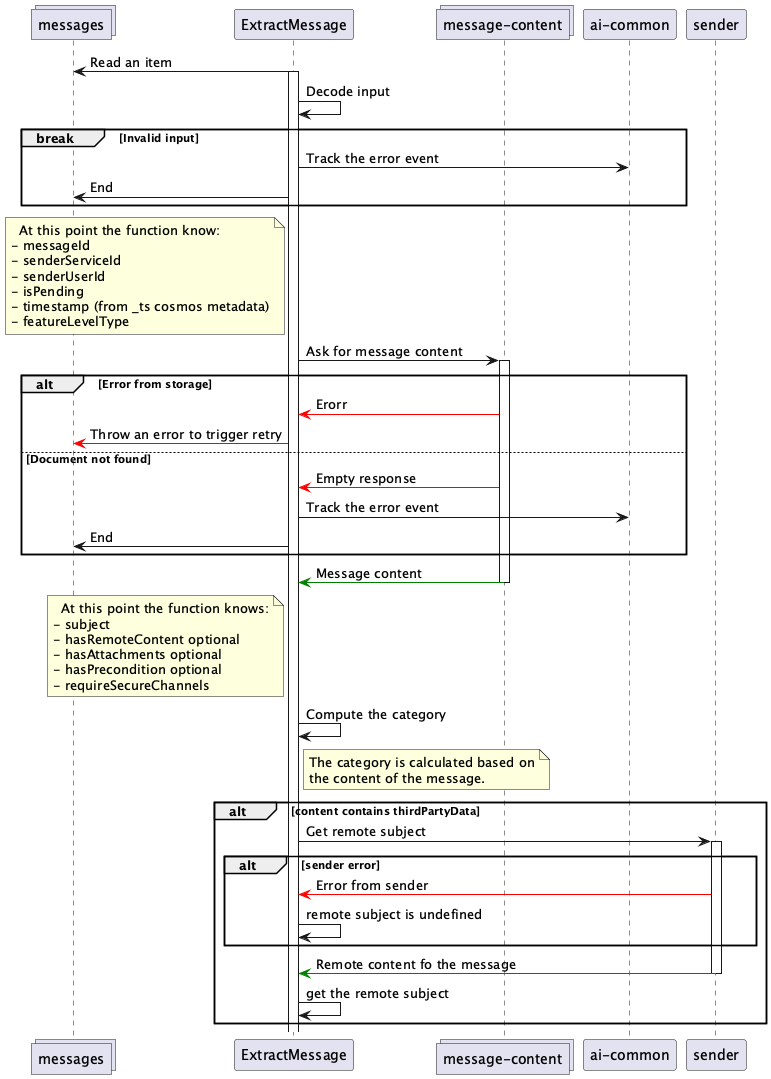
Before: docs/extract-message/extract-message.png, a diagram exported from PlantUML (pagopa/io-messages). Its diagram source:
```plantuml
@startuml

collections messages
participant ExtractMessage as em
collections "message-content" as mc
participant "ai-common" as ai
participant sender

em -> messages : Read an item
activate em

em -> em : Decode input

break Invalid input
  em -> ai : Track the error event
  em -> messages : End
end

note left of em
  At this point the function know:
- messageId
- senderServiceId
- senderUserId
- isPending
- timestamp (from _ts cosmos metadata)
- featureLevelType
end note

em -> mc : Ask for message content
activate mc

alt Error from storage
  mc -[#red]> em : Erorr
  em -[#red]> messages : Throw an error to trigger retry
else Document not found
  mc -[#red]> em : Empty response
  em -> ai : Track the error event
  em -> messages : End
end

mc -[#green]> em : Message content
deactivate mc

note left of em
  At this point the function knows:
- subject
- hasRemoteContent optional
- hasAttachments optional
- hasPrecondition optional
- requireSecureChannels
end note

em -> em : Compute the category

note right of em
The category is calculated based on
the content of the message.
end note

alt content contains thirdPartyData
  em -> sender : Get remote subject
  activate sender
  alt sender error
    sender -[#red]> em : Error from sender
    em -> em : remote subject is undefined
  end
    sender -[#green]> em : Remote content fo the message
    deactivate sender
    em -> em : get the remote subject
end

@enduml
```
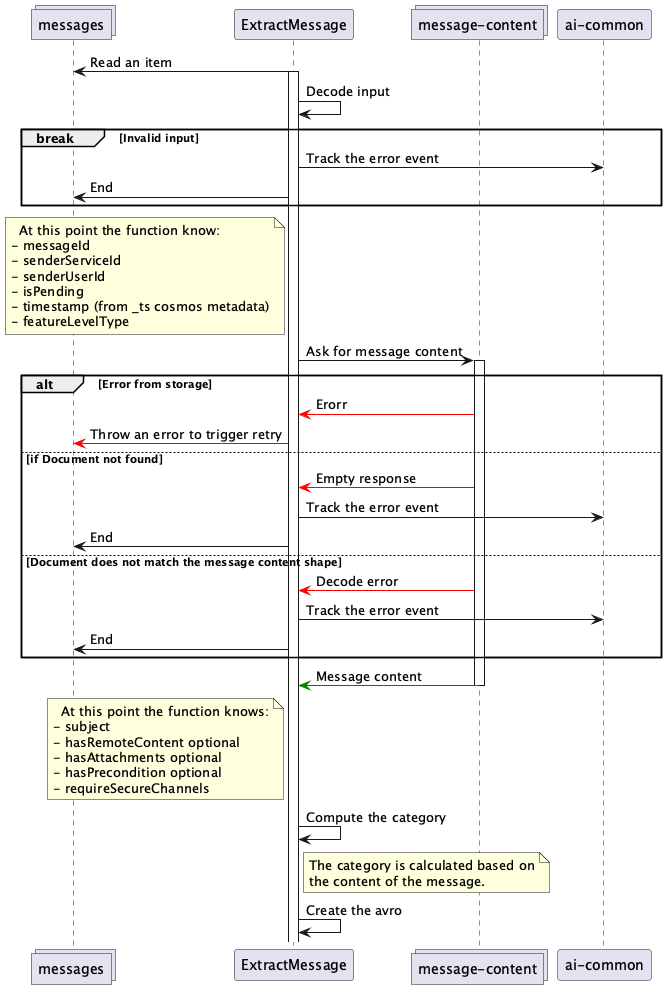
Above is the later version.

Commit message:
doc: remove rc call from sequence diagram

What changed in the source:
```diff
@@ -4,7 +4,6 @@
 participant ExtractMessage as em
 collections "message-content" as mc
 participant "ai-common" as ai
-participant sender
 
 em -> messages : Read an item
 activate em
@@ -32,8 +31,12 @@
 alt Error from storage
   mc -[#red]> em : Erorr
   em -[#red]> messages : Throw an error to trigger retry
-else Document not found
+else if Document not found
   mc -[#red]> em : Empty response
+  em -> ai : Track the error event
+  em -> messages : End
+else Document does not match the message content shape
+  mc -[#red]> em : Decode error
   em -> ai : Track the error event
   em -> messages : End
 end
@@ -57,16 +60,6 @@
 the content of the message.
 end note
 
-alt content contains thirdPartyData
-  em -> sender : Get remote subject
-  activate sender
-  alt sender error
-    sender -[#red]> em : Error from sender
-    em -> em : remote subject is undefined
-  end
-    sender -[#green]> em : Remote content fo the message
-    deactivate sender
-    em -> em : get the remote subject
-end
+em -> em : Create the avro
 
 @enduml
```
